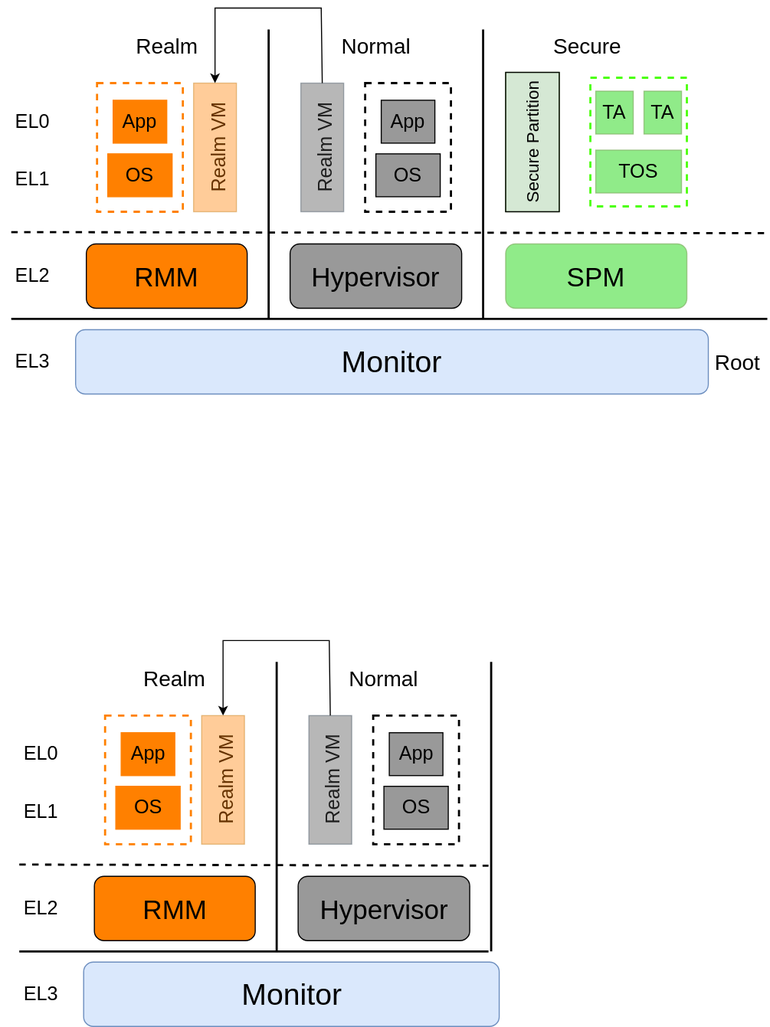
This is CCA_soft.svg from EdisonE3/vue_learn, a draw.io export, as it was before one commit. Source tidied: cells renumbered, new cells last; positions are measured from the earlier drawing's top-left corner, leaving out a move shared by most shapes. Source of this version:
```xml
<mxGraphModel>
  <root>
    <mxCell id="0" />
    <mxCell id="1" parent="0" />
    <mxCell id="2" style="rounded=0;whiteSpace=wrap;html=1;fontSize=25;strokeWidth=2;dashed=1;fillColor=none;strokeColor=#4BFF0A;" parent="1" vertex="1">
      <mxGeometry x="550" y="65" width="90" height="120" as="geometry" />
    </mxCell>
    <mxCell id="3" value="&lt;font style=&quot;font-size: 18px;&quot;&gt;Realm VM&lt;/font&gt;" style="text;html=1;strokeColor=none;fillColor=none;align=center;verticalAlign=middle;whiteSpace=wrap;rounded=0;fontSize=25;rotation=-90;" parent="1" vertex="1">
      <mxGeometry x="135" y="115" width="130" height="30" as="geometry" />
    </mxCell>
    <mxCell id="4" value="&lt;font style=&quot;font-size: 18px;&quot;&gt;Realm VM&lt;/font&gt;" style="text;html=1;strokeColor=none;fillColor=none;align=center;verticalAlign=middle;whiteSpace=wrap;rounded=0;fontSize=25;rotation=-90;" parent="1" vertex="1">
      <mxGeometry x="234" y="115" width="130" height="30" as="geometry" />
    </mxCell>
    <mxCell id="5" value="&lt;font style=&quot;font-size: 28px;&quot;&gt;Monitor&lt;/font&gt;" style="rounded=1;whiteSpace=wrap;html=1;fillColor=#dae8fc;strokeColor=#6c8ebf;" parent="1" vertex="1">
      <mxGeometry x="70" y="300" width="590" height="60" as="geometry" />
    </mxCell>
    <mxCell id="6" style="endArrow=none;html=1;rounded=0;fontSize=28;strokeWidth=2;" parent="1" edge="1">
      <mxGeometry relative="1" as="geometry">
        <mxPoint x="10" y="290" as="sourcePoint" />
        <mxPoint x="715" y="290" as="targetPoint" />
      </mxGeometry>
    </mxCell>
    <mxCell id="7" style="endArrow=none;html=1;rounded=0;fontSize=28;dashed=1;strokeWidth=2;" parent="1" edge="1">
      <mxGeometry relative="1" as="geometry">
        <mxPoint x="10" y="209" as="sourcePoint" />
        <mxPoint x="715" y="210" as="targetPoint" />
      </mxGeometry>
    </mxCell>
    <mxCell id="8" style="endArrow=none;html=1;rounded=0;fontSize=28;strokeWidth=2;" parent="1" edge="1">
      <mxGeometry relative="1" as="geometry">
        <mxPoint x="250" y="20" as="sourcePoint" />
        <mxPoint x="250" y="290" as="targetPoint" />
      </mxGeometry>
    </mxCell>
    <mxCell id="9" style="endArrow=none;html=1;rounded=0;fontSize=28;strokeWidth=2;" parent="1" edge="1">
      <mxGeometry relative="1" as="geometry">
        <mxPoint x="450" y="20" as="sourcePoint" />
        <mxPoint x="450" y="290" as="targetPoint" />
      </mxGeometry>
    </mxCell>
    <mxCell id="10" value="&lt;font style=&quot;font-size: 25px;&quot;&gt;RMM&lt;/font&gt;" style="rounded=1;whiteSpace=wrap;html=1;fontSize=28;fillColor=#FF8000;" parent="1" vertex="1">
      <mxGeometry x="80" y="220" width="150" height="60" as="geometry" />
    </mxCell>
    <mxCell id="11" value="&lt;font style=&quot;font-size: 25px;&quot;&gt;Hypervisor&lt;/font&gt;" style="rounded=1;whiteSpace=wrap;html=1;fontSize=28;fillColor=#999999;" parent="1" vertex="1">
      <mxGeometry x="270" y="220" width="160" height="60" as="geometry" />
    </mxCell>
    <mxCell id="12" value="&lt;font style=&quot;font-size: 25px;&quot;&gt;SPM&lt;/font&gt;" style="rounded=1;whiteSpace=wrap;html=1;fontSize=28;fillColor=#62E358;strokeColor=#82b366;opacity=70;" parent="1" vertex="1">
      <mxGeometry x="471" y="220" width="169" height="60" as="geometry" />
    </mxCell>
    <mxCell id="13" style="rounded=0;whiteSpace=wrap;html=1;fontSize=25;fillColor=none;strokeWidth=2;dashed=1;strokeColor=#FF8000;" parent="1" vertex="1">
      <mxGeometry x="90" y="70" width="80" height="120" as="geometry" />
    </mxCell>
    <mxCell id="14" style="rounded=0;whiteSpace=wrap;html=1;fontSize=25;fillColor=#FF8000;strokeColor=#BD7000;fontColor=#000000;opacity=40;" parent="1" vertex="1">
      <mxGeometry x="180" y="70" width="40" height="120" as="geometry" />
    </mxCell>
    <mxCell id="15" style="rounded=0;whiteSpace=wrap;html=1;fontSize=25;fillColor=#4D4D4D;fontColor=#ffffff;strokeColor=#314354;opacity=40;" parent="1" vertex="1">
      <mxGeometry x="280" y="70" width="40" height="120" as="geometry" />
    </mxCell>
    <mxCell id="16" style="rounded=0;whiteSpace=wrap;html=1;fontSize=25;strokeWidth=2;dashed=1;fillColor=none;" parent="1" vertex="1">
      <mxGeometry x="340" y="70" width="80" height="120" as="geometry" />
    </mxCell>
    <mxCell id="17" style="edgeStyle=orthogonalEdgeStyle;rounded=0;orthogonalLoop=1;jettySize=auto;html=1;fontSize=18;strokeWidth=1;" parent="1" edge="1">
      <mxGeometry relative="1" as="geometry">
        <mxPoint x="300" y="70" as="sourcePoint" />
        <mxPoint x="200" y="70" as="targetPoint" />
        <Array as="points">
          <mxPoint x="299" />
          <mxPoint x="200" />
        </Array>
      </mxGeometry>
    </mxCell>
    <mxCell id="18" value="OS" style="rounded=0;whiteSpace=wrap;html=1;fontSize=18;strokeColor=#FF8000;strokeWidth=1;fillColor=#FF8000;" parent="1" vertex="1">
      <mxGeometry x="100" y="136" width="60" height="40" as="geometry" />
    </mxCell>
    <mxCell id="19" value="App" style="rounded=0;whiteSpace=wrap;html=1;fontSize=18;strokeColor=#FF8000;strokeWidth=1;fillColor=#FF8000;" parent="1" vertex="1">
      <mxGeometry x="105" y="86" width="50" height="40" as="geometry" />
    </mxCell>
    <mxCell id="20" value="EL0" style="text;html=1;strokeColor=none;fillColor=none;align=center;verticalAlign=middle;whiteSpace=wrap;rounded=0;fontSize=18;" parent="1" vertex="1">
      <mxGeometry y="91" width="60" height="30" as="geometry" />
    </mxCell>
    <mxCell id="21" value="EL1" style="text;html=1;strokeColor=none;fillColor=none;align=center;verticalAlign=middle;whiteSpace=wrap;rounded=0;fontSize=18;" parent="1" vertex="1">
      <mxGeometry y="145" width="60" height="30" as="geometry" />
    </mxCell>
    <mxCell id="22" value="OS" style="rounded=0;whiteSpace=wrap;html=1;fontSize=18;strokeColor=#000000;strokeWidth=1;fillColor=#999999;" parent="1" vertex="1">
      <mxGeometry x="350" y="136" width="60" height="40" as="geometry" />
    </mxCell>
    <mxCell id="23" value="App" style="rounded=0;whiteSpace=wrap;html=1;fontSize=18;strokeColor=#000000;strokeWidth=1;fillColor=#999999;" parent="1" vertex="1">
      <mxGeometry x="355" y="86" width="50" height="40" as="geometry" />
    </mxCell>
    <mxCell id="24" value="TOS" style="rounded=0;whiteSpace=wrap;html=1;fontSize=18;strokeColor=#82b366;strokeWidth=1;fillColor=#62E358;opacity=70;" parent="1" vertex="1">
      <mxGeometry x="555" y="132.5" width="80" height="40" as="geometry" />
    </mxCell>
    <mxCell id="25" value="TA" style="rounded=0;whiteSpace=wrap;html=1;fontSize=18;strokeColor=#82b366;strokeWidth=1;fillColor=#62E358;opacity=70;" parent="1" vertex="1">
      <mxGeometry x="555" y="77.5" width="35" height="40" as="geometry" />
    </mxCell>
    <mxCell id="26" value="TA" style="rounded=0;whiteSpace=wrap;html=1;fontSize=18;strokeColor=#82b366;strokeWidth=1;fillColor=#62E358;opacity=70;" parent="1" vertex="1">
      <mxGeometry x="600" y="77.5" width="35" height="40" as="geometry" />
    </mxCell>
    <mxCell id="27" style="group;fillColor=#d5e8d4;strokeColor=#82b366;" parent="1" vertex="1">
      <mxGeometry x="471" y="60" width="50" height="130" as="geometry" />
    </mxCell>
    <mxCell id="28" value="&lt;font style=&quot;font-size: 16px;&quot;&gt;Secure Partition&lt;/font&gt;" style="text;html=1;strokeColor=none;fillColor=none;align=center;verticalAlign=middle;whiteSpace=wrap;rounded=0;fontSize=18;rotation=-90;" parent="27" vertex="1">
      <mxGeometry x="-35" y="50" width="120" height="30" as="geometry" />
    </mxCell>
    <mxCell id="29" style="rounded=0;whiteSpace=wrap;html=1;fontSize=18;strokeColor=#000000;strokeWidth=1;fillColor=none;" parent="27" vertex="1">
      <mxGeometry width="50" height="130" as="geometry" />
    </mxCell>
    <mxCell id="30" value="Realm" style="text;html=1;strokeColor=none;fillColor=none;align=center;verticalAlign=middle;whiteSpace=wrap;rounded=0;fontSize=20;opacity=70;" parent="1" vertex="1">
      <mxGeometry x="122.5" y="20" width="65" height="30" as="geometry" />
    </mxCell>
    <mxCell id="31" value="Normal" style="text;html=1;strokeColor=none;fillColor=none;align=center;verticalAlign=middle;whiteSpace=wrap;rounded=0;fontSize=20;opacity=70;" parent="1" vertex="1">
      <mxGeometry x="317.5" y="20" width="65" height="30" as="geometry" />
    </mxCell>
    <mxCell id="32" value="Secure" style="text;html=1;strokeColor=none;fillColor=none;align=center;verticalAlign=middle;whiteSpace=wrap;rounded=0;fontSize=20;opacity=70;" parent="1" vertex="1">
      <mxGeometry x="515" y="20" width="65" height="30" as="geometry" />
    </mxCell>
    <mxCell id="33" value="Root" style="text;html=1;strokeColor=none;fillColor=none;align=center;verticalAlign=middle;whiteSpace=wrap;rounded=0;fontSize=20;opacity=70;" parent="1" vertex="1">
      <mxGeometry x="660" y="315" width="55" height="30" as="geometry" />
    </mxCell>
    <mxCell id="34" value="EL2" style="text;html=1;strokeColor=none;fillColor=none;align=center;verticalAlign=middle;whiteSpace=wrap;rounded=0;fontSize=18;" parent="1" vertex="1">
      <mxGeometry y="235" width="60" height="30" as="geometry" />
    </mxCell>
    <mxCell id="35" value="EL3" style="text;html=1;strokeColor=none;fillColor=none;align=center;verticalAlign=middle;whiteSpace=wrap;rounded=0;fontSize=18;" parent="1" vertex="1">
      <mxGeometry y="315" width="60" height="30" as="geometry" />
    </mxCell>
    <mxCell id="36" value="&lt;font style=&quot;font-size: 18px;&quot;&gt;Realm VM&lt;/font&gt;" style="text;html=1;strokeColor=none;fillColor=none;align=center;verticalAlign=middle;whiteSpace=wrap;rounded=0;fontSize=25;rotation=-90;" parent="1" vertex="1">
      <mxGeometry x="142.5" y="705" width="130" height="30" as="geometry" />
    </mxCell>
    <mxCell id="37" value="&lt;font style=&quot;font-size: 18px;&quot;&gt;Realm VM&lt;/font&gt;" style="text;html=1;strokeColor=none;fillColor=none;align=center;verticalAlign=middle;whiteSpace=wrap;rounded=0;fontSize=25;rotation=-90;" parent="1" vertex="1">
      <mxGeometry x="241.5" y="705" width="130" height="30" as="geometry" />
    </mxCell>
    <mxCell id="38" value="&lt;font style=&quot;font-size: 28px;&quot;&gt;Monitor&lt;/font&gt;" style="rounded=1;whiteSpace=wrap;html=1;fillColor=#dae8fc;strokeColor=#6c8ebf;" parent="1" vertex="1">
      <mxGeometry x="77.5" y="890" width="387.5" height="60" as="geometry" />
    </mxCell>
    <mxCell id="39" style="endArrow=none;html=1;rounded=0;fontSize=28;strokeWidth=2;" parent="1" edge="1">
      <mxGeometry relative="1" as="geometry">
        <mxPoint x="17.5" y="880" as="sourcePoint" />
        <mxPoint x="455" y="880" as="targetPoint" />
      </mxGeometry>
    </mxCell>
    <mxCell id="40" style="endArrow=none;html=1;rounded=0;fontSize=28;dashed=1;strokeWidth=2;" parent="1" edge="1">
      <mxGeometry relative="1" as="geometry">
        <mxPoint x="17.5" y="799" as="sourcePoint" />
        <mxPoint x="455" y="800" as="targetPoint" />
      </mxGeometry>
    </mxCell>
    <mxCell id="41" style="endArrow=none;html=1;rounded=0;fontSize=28;strokeWidth=2;" parent="1" edge="1">
      <mxGeometry relative="1" as="geometry">
        <mxPoint x="257.5" y="610" as="sourcePoint" />
        <mxPoint x="257.5" y="880" as="targetPoint" />
      </mxGeometry>
    </mxCell>
    <mxCell id="42" style="endArrow=none;html=1;rounded=0;fontSize=28;strokeWidth=2;" parent="1" edge="1">
      <mxGeometry relative="1" as="geometry">
        <mxPoint x="457.5" y="610" as="sourcePoint" />
        <mxPoint x="457.5" y="880" as="targetPoint" />
      </mxGeometry>
    </mxCell>
    <mxCell id="43" value="&lt;font style=&quot;font-size: 25px;&quot;&gt;RMM&lt;/font&gt;" style="rounded=1;whiteSpace=wrap;html=1;fontSize=28;fillColor=#FF8000;" parent="1" vertex="1">
      <mxGeometry x="87.5" y="810" width="150" height="60" as="geometry" />
    </mxCell>
    <mxCell id="44" value="&lt;font style=&quot;font-size: 25px;&quot;&gt;Hypervisor&lt;/font&gt;" style="rounded=1;whiteSpace=wrap;html=1;fontSize=28;fillColor=#999999;" parent="1" vertex="1">
      <mxGeometry x="277.5" y="810" width="160" height="60" as="geometry" />
    </mxCell>
    <mxCell id="45" style="rounded=0;whiteSpace=wrap;html=1;fontSize=25;fillColor=none;strokeWidth=2;dashed=1;strokeColor=#FF8000;" parent="1" vertex="1">
      <mxGeometry x="97.5" y="660" width="80" height="120" as="geometry" />
    </mxCell>
    <mxCell id="46" style="rounded=0;whiteSpace=wrap;html=1;fontSize=25;fillColor=#FF8000;strokeColor=#BD7000;fontColor=#000000;opacity=40;" parent="1" vertex="1">
      <mxGeometry x="187.5" y="660" width="40" height="120" as="geometry" />
    </mxCell>
    <mxCell id="47" style="rounded=0;whiteSpace=wrap;html=1;fontSize=25;fillColor=#4D4D4D;fontColor=#ffffff;strokeColor=#314354;opacity=40;" parent="1" vertex="1">
      <mxGeometry x="287.5" y="660" width="40" height="120" as="geometry" />
    </mxCell>
    <mxCell id="48" style="rounded=0;whiteSpace=wrap;html=1;fontSize=25;strokeWidth=2;dashed=1;fillColor=none;" parent="1" vertex="1">
      <mxGeometry x="347.5" y="660" width="80" height="120" as="geometry" />
    </mxCell>
    <mxCell id="49" style="edgeStyle=orthogonalEdgeStyle;rounded=0;orthogonalLoop=1;jettySize=auto;html=1;fontSize=18;strokeWidth=1;" parent="1" edge="1">
      <mxGeometry relative="1" as="geometry">
        <mxPoint x="307.5" y="660" as="sourcePoint" />
        <mxPoint x="207.5" y="660" as="targetPoint" />
        <Array as="points">
          <mxPoint x="306.5" y="590" />
          <mxPoint x="207.5" y="590" />
        </Array>
      </mxGeometry>
    </mxCell>
    <mxCell id="50" value="OS" style="rounded=0;whiteSpace=wrap;html=1;fontSize=18;strokeColor=#FF8000;strokeWidth=1;fillColor=#FF8000;" parent="1" vertex="1">
      <mxGeometry x="107.5" y="726" width="60" height="40" as="geometry" />
    </mxCell>
    <mxCell id="51" value="App" style="rounded=0;whiteSpace=wrap;html=1;fontSize=18;strokeColor=#FF8000;strokeWidth=1;fillColor=#FF8000;" parent="1" vertex="1">
      <mxGeometry x="112.5" y="676" width="50" height="40" as="geometry" />
    </mxCell>
    <mxCell id="52" value="EL0" style="text;html=1;strokeColor=none;fillColor=none;align=center;verticalAlign=middle;whiteSpace=wrap;rounded=0;fontSize=18;" parent="1" vertex="1">
      <mxGeometry x="7.5" y="681" width="60" height="30" as="geometry" />
    </mxCell>
    <mxCell id="53" value="EL1" style="text;html=1;strokeColor=none;fillColor=none;align=center;verticalAlign=middle;whiteSpace=wrap;rounded=0;fontSize=18;" parent="1" vertex="1">
      <mxGeometry x="7.5" y="735" width="60" height="30" as="geometry" />
    </mxCell>
    <mxCell id="54" value="OS" style="rounded=0;whiteSpace=wrap;html=1;fontSize=18;strokeColor=#000000;strokeWidth=1;fillColor=#999999;" parent="1" vertex="1">
      <mxGeometry x="357.5" y="726" width="60" height="40" as="geometry" />
    </mxCell>
    <mxCell id="55" value="App" style="rounded=0;whiteSpace=wrap;html=1;fontSize=18;strokeColor=#000000;strokeWidth=1;fillColor=#999999;" parent="1" vertex="1">
      <mxGeometry x="362.5" y="676" width="50" height="40" as="geometry" />
    </mxCell>
    <mxCell id="56" value="Realm" style="text;html=1;strokeColor=none;fillColor=none;align=center;verticalAlign=middle;whiteSpace=wrap;rounded=0;fontSize=20;opacity=70;" parent="1" vertex="1">
      <mxGeometry x="130" y="610" width="65" height="30" as="geometry" />
    </mxCell>
    <mxCell id="57" value="Normal" style="text;html=1;strokeColor=none;fillColor=none;align=center;verticalAlign=middle;whiteSpace=wrap;rounded=0;fontSize=20;opacity=70;" parent="1" vertex="1">
      <mxGeometry x="325" y="610" width="65" height="30" as="geometry" />
    </mxCell>
    <mxCell id="58" value="EL2" style="text;html=1;strokeColor=none;fillColor=none;align=center;verticalAlign=middle;whiteSpace=wrap;rounded=0;fontSize=18;" parent="1" vertex="1">
      <mxGeometry x="7.5" y="825" width="60" height="30" as="geometry" />
    </mxCell>
    <mxCell id="59" value="EL3" style="text;html=1;strokeColor=none;fillColor=none;align=center;verticalAlign=middle;whiteSpace=wrap;rounded=0;fontSize=18;" parent="1" vertex="1">
      <mxGeometry x="7.5" y="905" width="60" height="30" as="geometry" />
    </mxCell>
  </root>
</mxGraphModel>
```
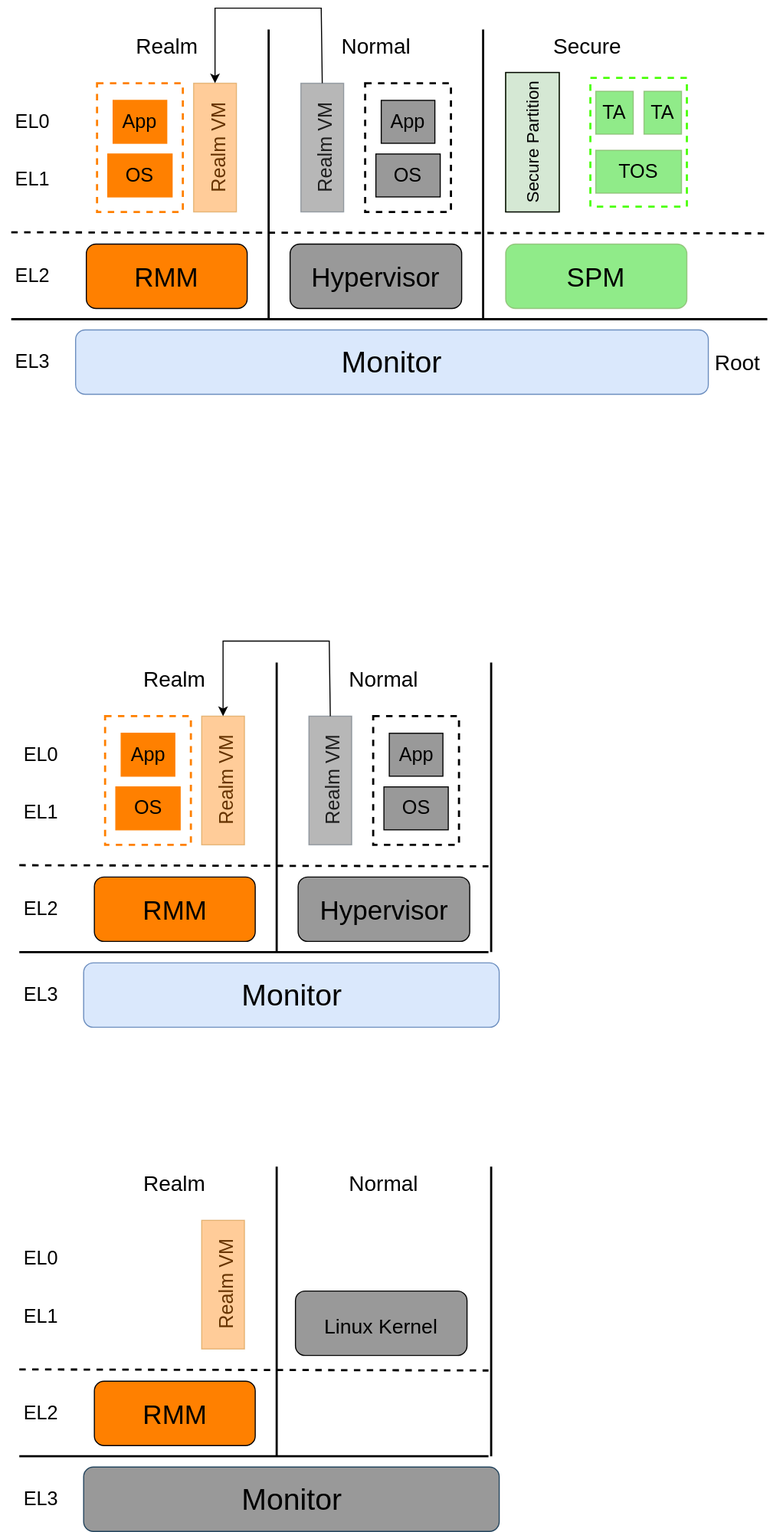
Above is the later version.

The edit, as a diff of the source:
```diff
@@ -214,5 +214,62 @@
     <mxCell id="59" value="EL3" style="text;html=1;strokeColor=none;fillColor=none;align=center;verticalAlign=middle;whiteSpace=wrap;rounded=0;fontSize=18;" parent="1" vertex="1">
       <mxGeometry x="7.5" y="905" width="60" height="30" as="geometry" />
     </mxCell>
+    <mxCell id="60" value="&lt;font style=&quot;font-size: 18px;&quot;&gt;Realm VM&lt;/font&gt;" style="text;html=1;strokeColor=none;fillColor=none;align=center;verticalAlign=middle;whiteSpace=wrap;rounded=0;fontSize=25;rotation=-90;" parent="1" vertex="1">
+      <mxGeometry x="142.5" y="1175" width="130" height="30" as="geometry" />
+    </mxCell>
+    <mxCell id="61" value="&lt;font style=&quot;font-size: 28px;&quot;&gt;Monitor&lt;/font&gt;" style="rounded=1;whiteSpace=wrap;html=1;fillColor=#999999;strokeColor=#23445d;" parent="1" vertex="1">
+      <mxGeometry x="77.5" y="1360" width="387.5" height="60" as="geometry" />
+    </mxCell>
+    <mxCell id="62" style="endArrow=none;html=1;rounded=0;fontSize=28;strokeWidth=2;" parent="1" edge="1">
+      <mxGeometry relative="1" as="geometry">
+        <mxPoint x="17.5" y="1350" as="sourcePoint" />
+        <mxPoint x="455" y="1350" as="targetPoint" />
+      </mxGeometry>
+    </mxCell>
+    <mxCell id="63" style="endArrow=none;html=1;rounded=0;fontSize=28;dashed=1;strokeWidth=2;" parent="1" edge="1">
+      <mxGeometry relative="1" as="geometry">
+        <mxPoint x="17.5" y="1269" as="sourcePoint" />
+        <mxPoint x="455" y="1270" as="targetPoint" />
+      </mxGeometry>
+    </mxCell>
+    <mxCell id="64" style="endArrow=none;html=1;rounded=0;fontSize=28;strokeWidth=2;" parent="1" edge="1">
+      <mxGeometry relative="1" as="geometry">
+        <mxPoint x="257.5" y="1080" as="sourcePoint" />
+        <mxPoint x="257.5" y="1350" as="targetPoint" />
+      </mxGeometry>
+    </mxCell>
+    <mxCell id="65" style="endArrow=none;html=1;rounded=0;fontSize=28;strokeWidth=2;" parent="1" edge="1">
+      <mxGeometry relative="1" as="geometry">
+        <mxPoint x="457.5" y="1080" as="sourcePoint" />
+        <mxPoint x="457.5" y="1350" as="targetPoint" />
+      </mxGeometry>
+    </mxCell>
+    <mxCell id="66" value="&lt;font style=&quot;font-size: 25px;&quot;&gt;RMM&lt;/font&gt;" style="rounded=1;whiteSpace=wrap;html=1;fontSize=28;fillColor=#FF8000;" parent="1" vertex="1">
+      <mxGeometry x="87.5" y="1280" width="150" height="60" as="geometry" />
+    </mxCell>
+    <mxCell id="67" value="&lt;font style=&quot;font-size: 19px;&quot;&gt;Linux Kernel&lt;/font&gt;" style="rounded=1;whiteSpace=wrap;html=1;fontSize=28;fillColor=#999999;" parent="1" vertex="1">
+      <mxGeometry x="275" y="1196" width="160" height="60" as="geometry" />
+    </mxCell>
+    <mxCell id="68" style="rounded=0;whiteSpace=wrap;html=1;fontSize=25;fillColor=#FF8000;strokeColor=#BD7000;fontColor=#000000;opacity=40;" parent="1" vertex="1">
+      <mxGeometry x="187.5" y="1130" width="40" height="120" as="geometry" />
+    </mxCell>
+    <mxCell id="69" value="EL0" style="text;html=1;strokeColor=none;fillColor=none;align=center;verticalAlign=middle;whiteSpace=wrap;rounded=0;fontSize=18;" parent="1" vertex="1">
+      <mxGeometry x="7.5" y="1151" width="60" height="30" as="geometry" />
+    </mxCell>
+    <mxCell id="70" value="EL1" style="text;html=1;strokeColor=none;fillColor=none;align=center;verticalAlign=middle;whiteSpace=wrap;rounded=0;fontSize=18;" parent="1" vertex="1">
+      <mxGeometry x="7.5" y="1205" width="60" height="30" as="geometry" />
+    </mxCell>
+    <mxCell id="71" value="Realm" style="text;html=1;strokeColor=none;fillColor=none;align=center;verticalAlign=middle;whiteSpace=wrap;rounded=0;fontSize=20;opacity=70;" parent="1" vertex="1">
+      <mxGeometry x="130" y="1080" width="65" height="30" as="geometry" />
+    </mxCell>
+    <mxCell id="72" value="Normal" style="text;html=1;strokeColor=none;fillColor=none;align=center;verticalAlign=middle;whiteSpace=wrap;rounded=0;fontSize=20;opacity=70;" parent="1" vertex="1">
+      <mxGeometry x="325" y="1080" width="65" height="30" as="geometry" />
+    </mxCell>
+    <mxCell id="73" value="EL2" style="text;html=1;strokeColor=none;fillColor=none;align=center;verticalAlign=middle;whiteSpace=wrap;rounded=0;fontSize=18;" parent="1" vertex="1">
+      <mxGeometry x="7.5" y="1295" width="60" height="30" as="geometry" />
+    </mxCell>
+    <mxCell id="74" value="EL3" style="text;html=1;strokeColor=none;fillColor=none;align=center;verticalAlign=middle;whiteSpace=wrap;rounded=0;fontSize=18;" parent="1" vertex="1">
+      <mxGeometry x="7.5" y="1375" width="60" height="30" as="geometry" />
+    </mxCell>
   </root>
 </mxGraphModel>
```
